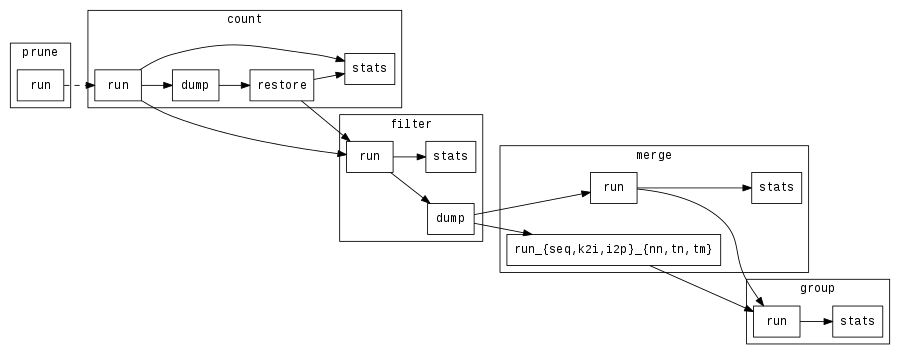
smufin/smufin-core keeps this Graphviz diagram as doc/figures/deps.png. Above is the earlier version. Its source is kept beside it as doc/figures/deps.dot.
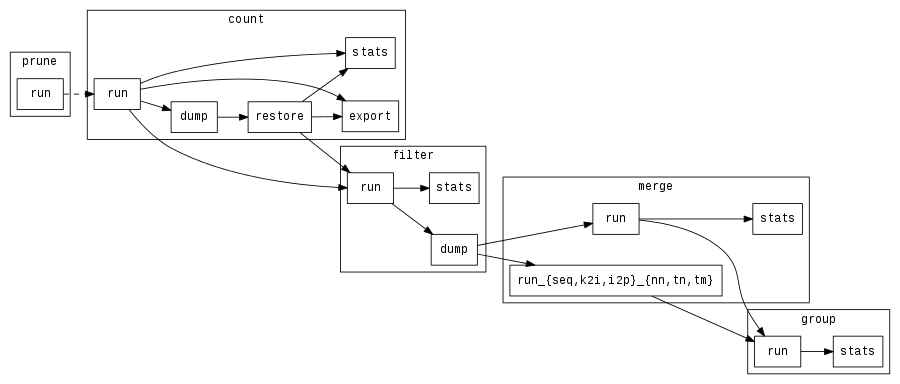
Above is the later version.

Commit message:
Add export to list/graph of commands

Diff of the diagram source:
```diff
@@ -18,6 +18,7 @@
         "count:dump" [label = dump];
         "count:stats" [label = stats];
         "count:restore" [label = restore];
+        "count:export" [label = export];
     }
 
     subgraph cluster_2 {
@@ -48,8 +49,10 @@
 
     "count:run" -> "count:dump"
     "count:run" -> "count:stats"
+    "count:run" -> "count:export"
     "count:dump" -> "count:restore"
     "count:restore" -> "count:stats"
+    "count:restore" -> "count:export"
     "count:run" -> "filter:run"
     "count:restore" -> "filter:run"
 
```
